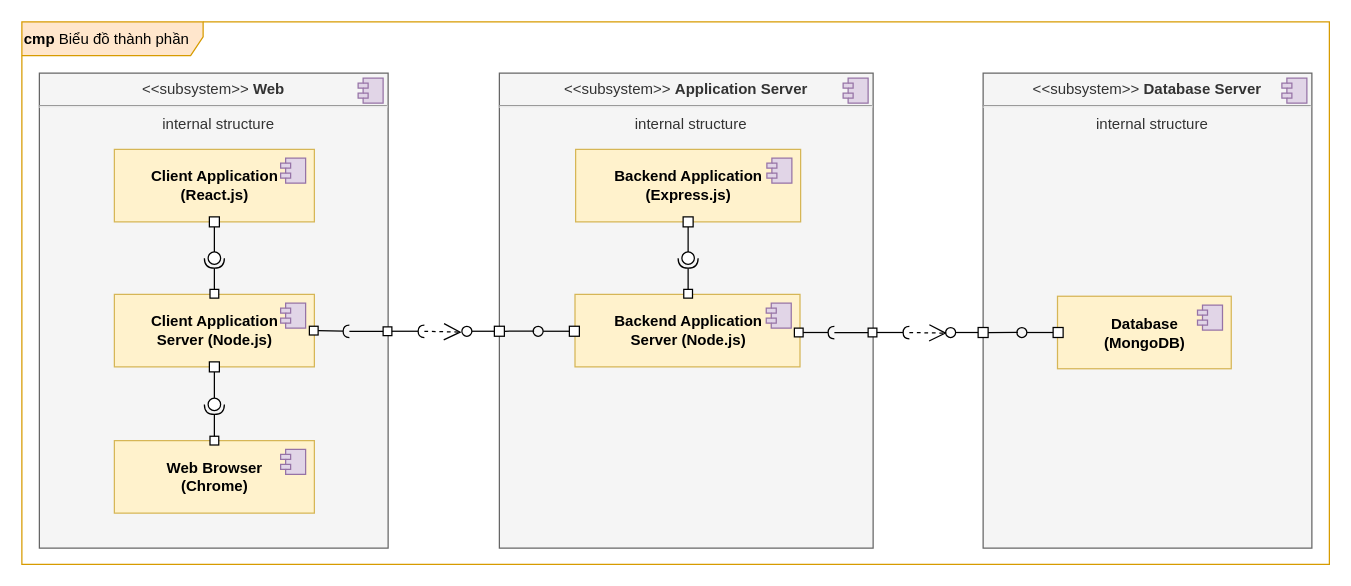
Earlier version of the draw.io diagram page "Component" (7 of 7) of designs/medicine16.drawio (luclegen/medicine16). Source tidied: cells renumbered, new cells numbered last; positions are measured from the earlier drawing's top-left corner, leaving out a move shared by most shapes. Both pictures are drawn from the tidied source at 125%, with x=0, y=0 at pixel (21, 21).
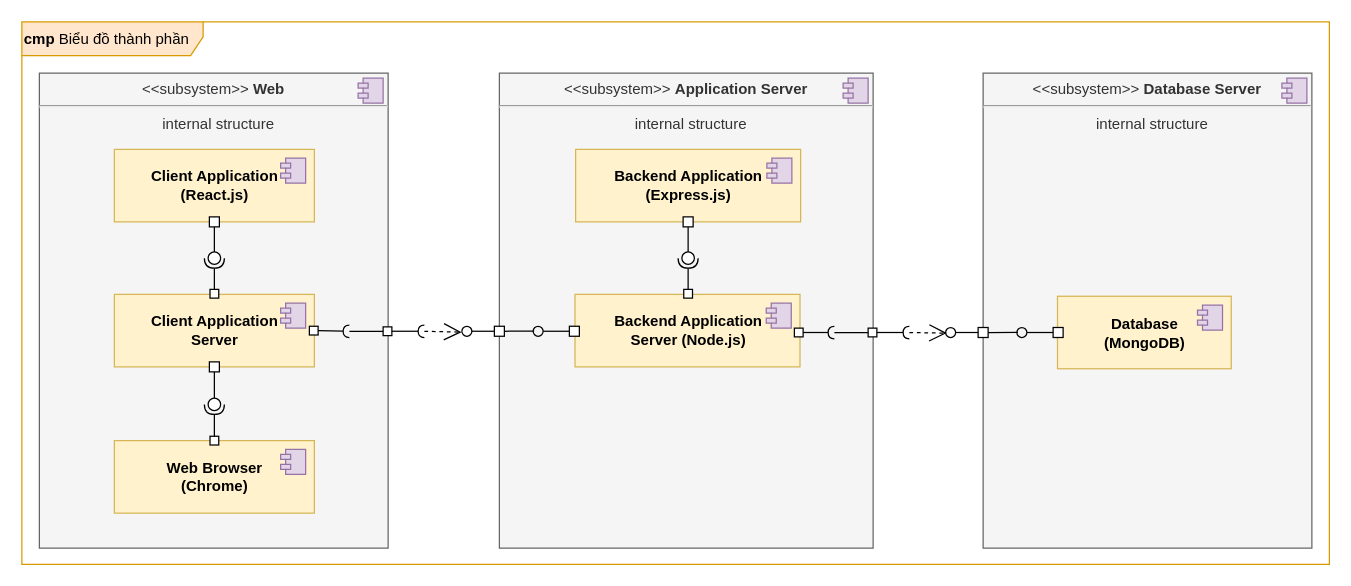
Above is the later version.

Change to the diagram source:
```diff
@@
-    <mxCell id="8" value="&lt;b&gt;Client Application&lt;br&gt;Server (&lt;/b&gt;&lt;b&gt;Node.js&lt;/b&gt;&lt;b&gt;)&lt;br&gt;&lt;/b&gt;" style="html=1;fillColor=#fff2cc;strokeColor=#d6b656;" parent="1" vertex="1">
+    <mxCell id="8" value="&lt;b&gt;Client Application&lt;br&gt;Server&lt;/b&gt;&lt;b&gt;&lt;br&gt;&lt;/b&gt;" style="html=1;fillColor=#fff2cc;strokeColor=#d6b656;" parent="1" vertex="1">
       <mxGeometry x="74" y="218" width="160" height="58" as="geometry" />
     </mxCell>
```
